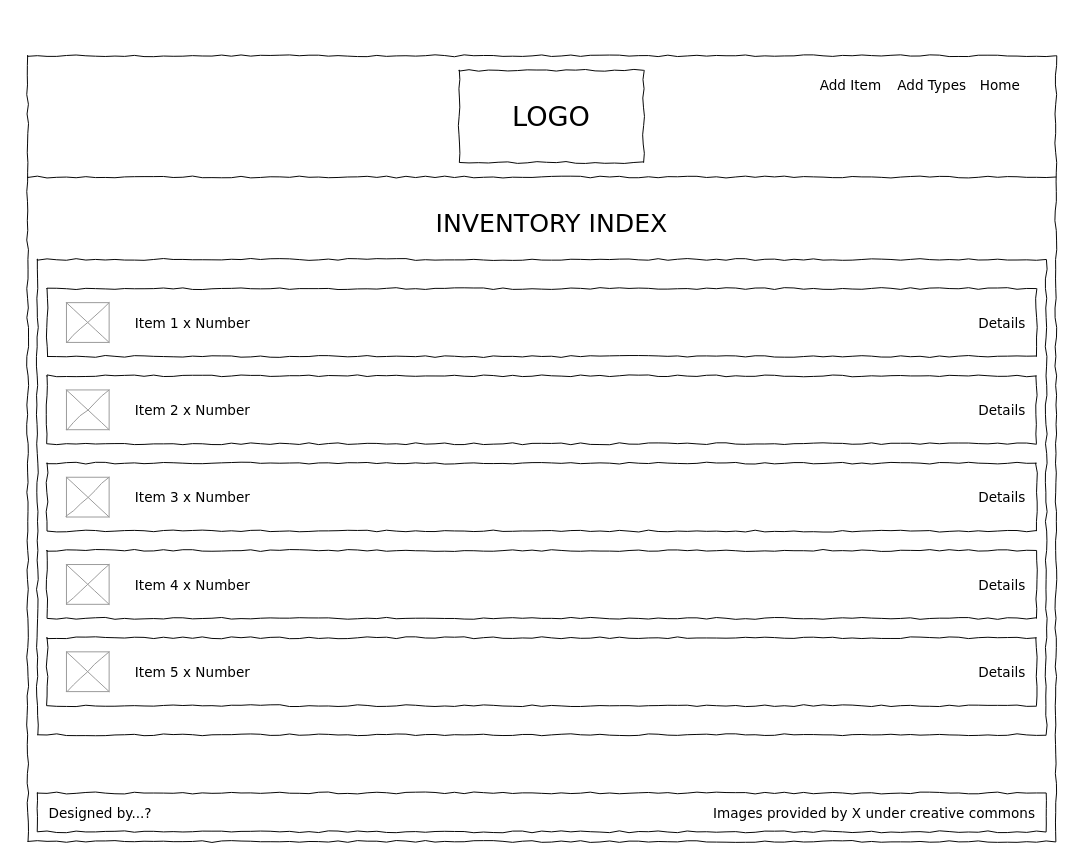
joshua-gibson/adventurer_shop keeps this draw.io diagram as page "INDEX PAGE" (1 of 4) of documents/wireframe.drawio. Above is the earlier version. Source tidied: cells renumbered, new cells numbered last; positions are measured from the earlier drawing's top-left corner, leaving out a move shared by most shapes. Both pictures are drawn from the tidied source at 97%, with x=0, y=0 at pixel (27, 55).
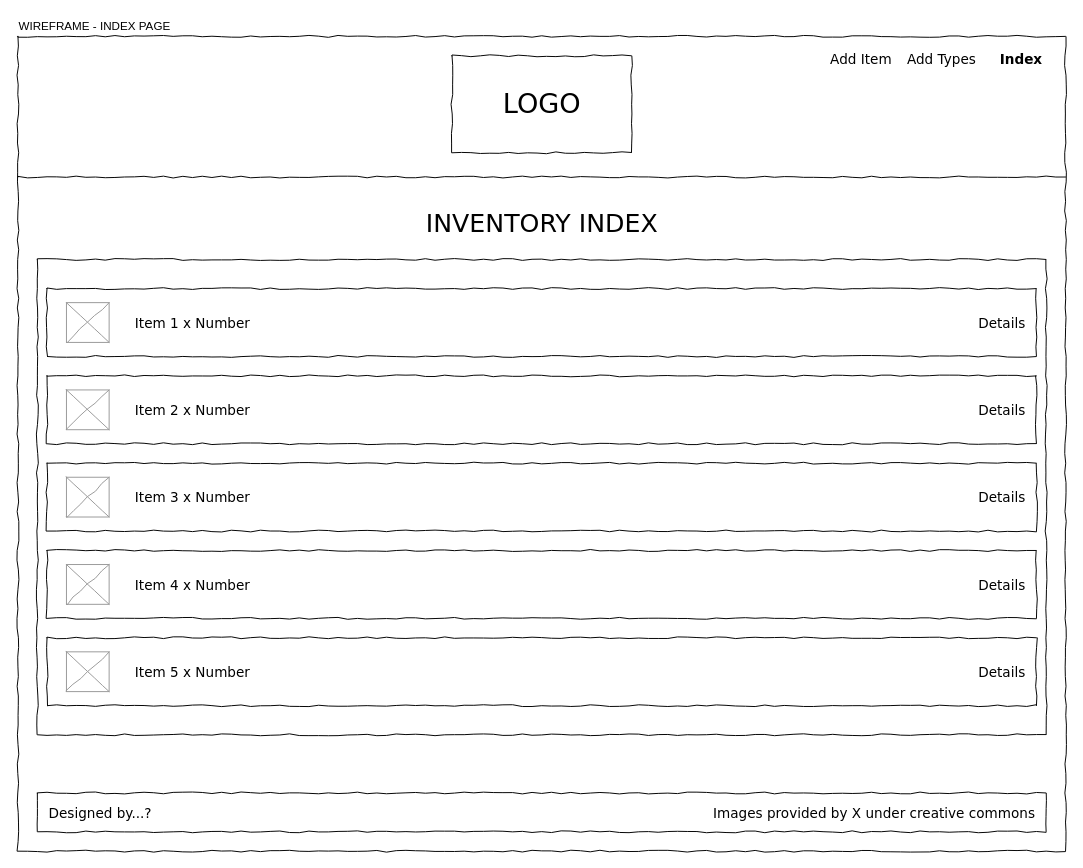
Above is the later version.

Commit message (it also covers changes not shown here):
finished first draft wireframes

Change to the diagram source:
```diff
@@
     <mxCell id="2" style="whiteSpace=wrap;html=1;rounded=0;shadow=0;labelBackgroundColor=none;strokeColor=#000000;strokeWidth=1;fillColor=none;fontFamily=Verdana;fontSize=12;fontColor=#000000;align=center;comic=1;" parent="1" vertex="1">
-      <mxGeometry width="1060" height="810" as="geometry" />
+      <mxGeometry x="-10" y="-20" width="1080" height="840" as="geometry" />
     </mxCell>
     <mxCell id="3" value="LOGO" style="whiteSpace=wrap;html=1;rounded=0;shadow=0;labelBackgroundColor=none;strokeColor=#000000;strokeWidth=1;fillColor=#ffffff;fontFamily=Verdana;fontSize=28;fontColor=#000000;align=center;comic=1;" parent="1" vertex="1">
-      <mxGeometry x="445" y="15" width="190" height="95" as="geometry" />
+      <mxGeometry x="437.5" width="185" height="100" as="geometry" />
     </mxCell>
-    <mxCell id="4" value="Add Item" style="text;html=1;align=left;verticalAlign=top;spacingTop=-4;fontSize=14;fontFamily=Verdana;fontColor=#000000;" parent="1" vertex="1">
-      <mxGeometry x="815" y="20" width="60" height="20" as="geometry" />
+    <mxCell id="4" value="Add Item" style="text;html=1;align=center;verticalAlign=top;spacingTop=-4;fontSize=14;fontFamily=Verdana;fontColor=#000000;" parent="1" vertex="1">
+      <mxGeometry x="829" y="-7" width="60" height="20" as="geometry" />
     </mxCell>
-    <mxCell id="5" value="Add Types" style="text;html=1;align=left;verticalAlign=top;spacingTop=-4;fontSize=14;fontFamily=Verdana;fontColor=#000000;" parent="1" vertex="1">
-      <mxGeometry x="895" y="20" width="60" height="20" as="geometry" />
+    <mxCell id="5" value="Add Types" style="text;html=1;align=center;verticalAlign=top;spacingTop=-4;fontSize=14;fontFamily=Verdana;fontColor=#000000;" parent="1" vertex="1">
+      <mxGeometry x="912" y="-7" width="60" height="20" as="geometry" />
     </mxCell>
-    <mxCell id="6" value="Home" style="text;html=1;align=left;verticalAlign=top;spacingTop=-4;fontSize=14;fontFamily=Verdana;fontColor=#000000;" parent="1" vertex="1">
-      <mxGeometry x="980" y="20" width="60" height="20" as="geometry" />
+    <mxCell id="6" value="Index" style="text;html=1;align=center;verticalAlign=top;spacingTop=-4;fontSize=14;fontFamily=Verdana;fontColor=#000000;fontStyle=1;" parent="1" vertex="1">
+      <mxGeometry x="994" y="-7" width="60" height="20" as="geometry" />
     </mxCell>
     <mxCell id="7" style="line;strokeWidth=1;html=1;rounded=0;shadow=0;labelBackgroundColor=none;fillColor=none;fontFamily=Verdana;fontSize=14;fontColor=#000000;align=center;comic=1;" parent="1" vertex="1">
-      <mxGeometry y="120" width="1060" height="10" as="geometry" />
+      <mxGeometry x="-10" y="120" width="1080" height="10" as="geometry" />
     </mxCell>
     <mxCell id="8" value="INVENTORY INDEX" style="text;html=1;align=center;verticalAlign=top;spacingTop=-4;fontSize=26;fontFamily=Verdana;fontColor=#000000;" parent="1" vertex="1">
-      <mxGeometry x="310" y="155" width="460" height="20" as="geometry" />
+      <mxGeometry x="-10" y="155" width="1080" height="45" as="geometry" />
     </mxCell>
@@
+    <mxCell id="33" value="WIREFRAME - INDEX PAGE" style="text;html=1;strokeColor=none;fillColor=none;align=left;verticalAlign=middle;whiteSpace=wrap;rounded=0;" parent="1" vertex="1">
+      <mxGeometry x="-11" y="-40" width="260" height="20" as="geometry" />
+    </mxCell>
```
